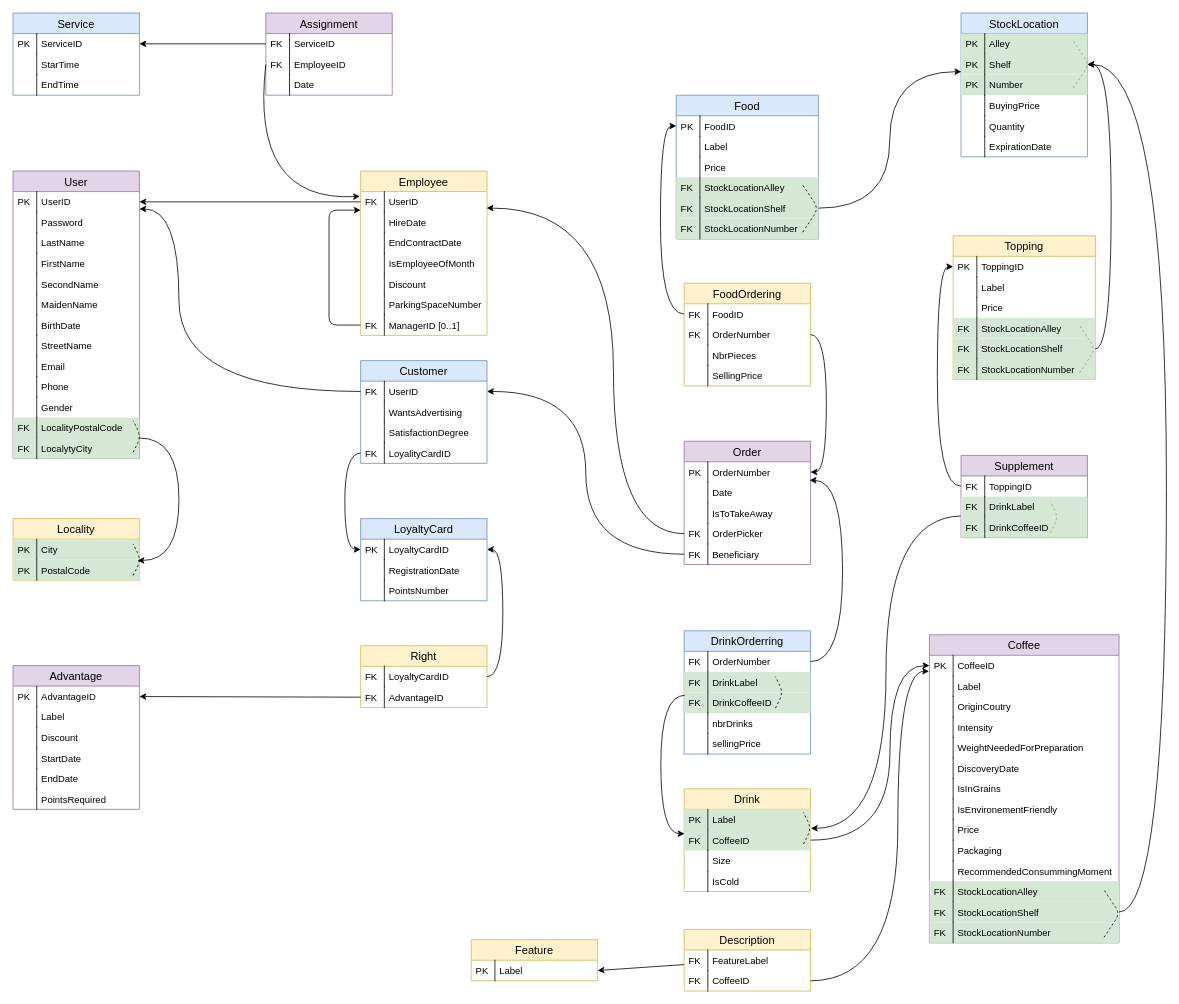
This is schéma logique relationnel.drawio from DrakeXorn/CoffIG, a draw.io file, before an edit. Source tidied: cells renumbered, new cells numbered last; positions are measured from the earlier drawing's top-left corner, leaving out a move shared by most shapes. Both pictures are drawn from the tidied source at 79%, with x=0, y=0 at pixel (13, 13).
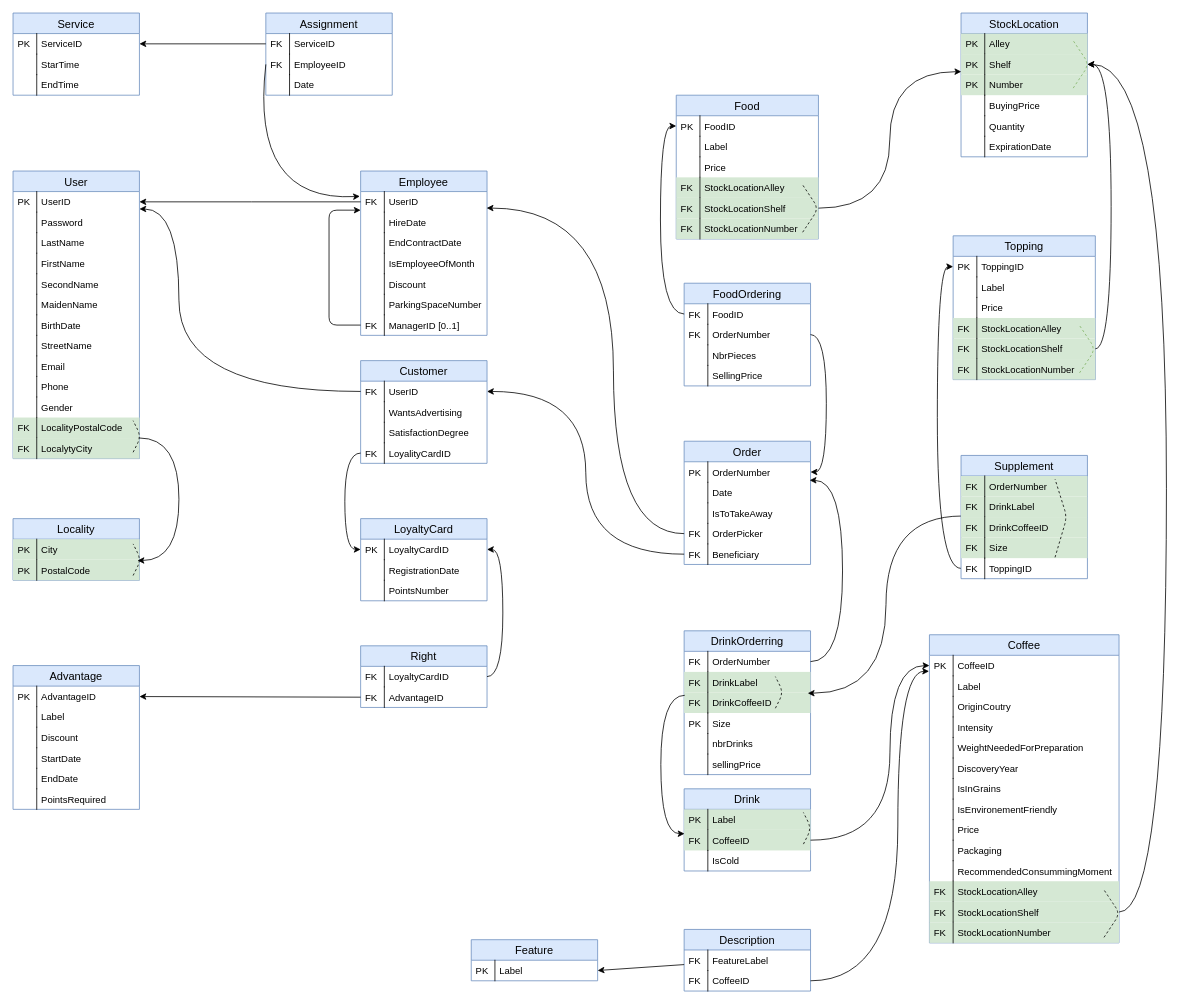
The same diagram, later.

The change refers to these unchanged cells:
```xml
<mxCell id="166" value="DrinkCoffeeID" style="shape=partialRectangle;top=0;left=0;right=0;bottom=0;align=left;verticalAlign=top;spacingLeft=34;spacingRight=4;overflow=hidden;points=[[0,0.5],[1,0.5]];portConstraint=eastwest;fontSize=12;fillColor=#d5e8d4;strokeColor=#82b366;" parent="161" vertex="1">
  <mxGeometry y="78" width="160" height="26" as="geometry" />
</mxCell>
<mxCell id="177" value="CoffeeID" style="shape=partialRectangle;top=0;left=0;right=0;bottom=0;align=left;verticalAlign=top;fillColor=#d5e8d4;spacingLeft=34;spacingRight=4;overflow=hidden;points=[[0,0.5],[1,0.5]];portConstraint=eastwest;fontSize=12;strokeColor=#82b366;" parent="174" vertex="1">
  <mxGeometry y="52" width="160" height="26" as="geometry" />
</mxCell>
<mxCell id="205" value="DrinkLabel" style="shape=partialRectangle;top=0;left=0;right=0;bottom=0;align=left;verticalAlign=top;fillColor=#d5e8d4;spacingLeft=34;spacingRight=4;overflow=hidden;points=[[0,0.5],[1,0.5]];portConstraint=eastwest;fontSize=12;strokeColor=#82b366;" parent="202" vertex="1">
  <mxGeometry y="52" width="160" height="26" as="geometry" />
</mxCell>
```

Diff of the diagram source:
```diff
@@
-    <mxCell id="9" value="Assignment" style="swimlane;fontStyle=0;horizontal=1;startSize=26;fillColor=#e1d5e7;swimlaneFillColor=#ffffff;align=center;fontSize=14;strokeColor=#9673a6;" parent="1" vertex="1">
+    <mxCell id="9" value="Assignment" style="swimlane;fontStyle=0;horizontal=1;startSize=26;fillColor=#dae8fc;swimlaneFillColor=#ffffff;align=center;fontSize=14;strokeColor=#6c8ebf;" parent="1" vertex="1">
       <mxGeometry x="320" width="160" height="104" as="geometry" />
     </mxCell>
@@
-    <mxCell id="16" value="Employee" style="swimlane;fontStyle=0;horizontal=1;startSize=26;fillColor=#fff2cc;swimlaneFillColor=#ffffff;align=center;fontSize=14;strokeColor=#d6b656;" parent="1" vertex="1">
+    <mxCell id="16" value="Employee" style="swimlane;fontStyle=0;horizontal=1;startSize=26;fillColor=#dae8fc;swimlaneFillColor=#ffffff;align=center;fontSize=14;strokeColor=#6c8ebf;" parent="1" vertex="1">
       <mxGeometry x="440" y="200" width="160" height="208" as="geometry" />
     </mxCell>
@@
-    <mxCell id="34" value="User" style="swimlane;fontStyle=0;horizontal=1;startSize=26;fillColor=#e1d5e7;swimlaneFillColor=#ffffff;align=center;fontSize=14;strokeColor=#9673a6;" parent="1" vertex="1">
+    <mxCell id="34" value="User" style="swimlane;fontStyle=0;horizontal=1;startSize=26;fillColor=#dae8fc;swimlaneFillColor=#ffffff;align=center;fontSize=14;strokeColor=#6c8ebf;" parent="1" vertex="1">
       <mxGeometry y="200" width="160" height="364" as="geometry" />
     </mxCell>
@@
-    <mxCell id="62" value="Locality" style="swimlane;fontStyle=0;horizontal=1;startSize=26;fillColor=#fff2cc;swimlaneFillColor=#ffffff;align=center;fontSize=14;strokeColor=#d6b656;" parent="1" vertex="1">
+    <mxCell id="62" value="Locality" style="swimlane;fontStyle=0;horizontal=1;startSize=26;fillColor=#dae8fc;swimlaneFillColor=#ffffff;align=center;fontSize=14;strokeColor=#6c8ebf;" parent="1" vertex="1">
       <mxGeometry y="640" width="160" height="78" as="geometry" />
     </mxCell>
@@
-    <mxCell id="88" value="Right" style="swimlane;fontStyle=0;horizontal=1;startSize=26;fillColor=#fff2cc;swimlaneFillColor=#ffffff;align=center;fontSize=14;strokeColor=#d6b656;" parent="1" vertex="1">
+    <mxCell id="88" value="Right" style="swimlane;fontStyle=0;horizontal=1;startSize=26;fillColor=#dae8fc;swimlaneFillColor=#ffffff;align=center;fontSize=14;strokeColor=#6c8ebf;" parent="1" vertex="1">
       <mxGeometry x="440" y="801" width="160" height="78" as="geometry" />
     </mxCell>
@@
-    <mxCell id="94" value="Advantage" style="swimlane;fontStyle=0;horizontal=1;startSize=26;fillColor=#e1d5e7;swimlaneFillColor=#ffffff;align=center;fontSize=14;strokeColor=#9673a6;" parent="1" vertex="1">
+    <mxCell id="94" value="Advantage" style="swimlane;fontStyle=0;horizontal=1;startSize=26;fillColor=#dae8fc;swimlaneFillColor=#ffffff;align=center;fontSize=14;strokeColor=#6c8ebf;" parent="1" vertex="1">
       <mxGeometry y="826" width="160" height="182" as="geometry" />
     </mxCell>
@@
-    <mxCell id="137" value="FoodOrdering" style="swimlane;fontStyle=0;horizontal=1;startSize=26;fillColor=#fff2cc;swimlaneFillColor=#ffffff;align=center;fontSize=14;strokeColor=#d6b656;" parent="1" vertex="1">
+    <mxCell id="137" value="FoodOrdering" style="swimlane;fontStyle=0;horizontal=1;startSize=26;fillColor=#dae8fc;swimlaneFillColor=#ffffff;align=center;fontSize=14;strokeColor=#6c8ebf;" parent="1" vertex="1">
       <mxGeometry x="849.5" y="342" width="160" height="130" as="geometry" />
     </mxCell>
@@
-    <mxCell id="147" value="Order" style="swimlane;fontStyle=0;horizontal=1;startSize=26;fillColor=#e1d5e7;swimlaneFillColor=#ffffff;align=center;fontSize=14;strokeColor=#9673a6;" parent="1" vertex="1">
+    <mxCell id="147" value="Order" style="swimlane;fontStyle=0;horizontal=1;startSize=26;fillColor=#dae8fc;swimlaneFillColor=#ffffff;align=center;fontSize=14;strokeColor=#6c8ebf;" parent="1" vertex="1">
       <mxGeometry x="849.5" y="542" width="160" height="156" as="geometry" />
     </mxCell>
@@
     <mxCell id="161" value="DrinkOrderring" style="swimlane;fontStyle=0;horizontal=1;startSize=26;fillColor=#dae8fc;swimlaneFillColor=#ffffff;align=center;fontSize=14;strokeColor=#6c8ebf;" parent="1" vertex="1">
-      <mxGeometry x="849.5" y="782" width="160" height="156" as="geometry" />
+      <mxGeometry x="849.5" y="782" width="160" height="182" as="geometry" />
     </mxCell>
@@
+    <mxCell id="179" value="Size" style="shape=partialRectangle;top=0;left=0;right=0;bottom=0;align=left;verticalAlign=top;fillColor=none;spacingLeft=34;spacingRight=4;overflow=hidden;fontSize=12;" parent="161" vertex="1">
+      <mxGeometry y="104" width="160" height="26" as="geometry" />
+    </mxCell>
+    <mxCell id="180" value="PK" style="shape=partialRectangle;top=0;left=0;bottom=0;fillColor=none;align=left;verticalAlign=top;spacingLeft=4;spacingRight=4;overflow=hidden;fontSize=12;" parent="179" vertex="1">
+      <mxGeometry width="30" height="26" as="geometry" />
+    </mxCell>
     <mxCell id="168" value="nbrDrinks" style="shape=partialRectangle;top=0;left=0;right=0;bottom=0;align=left;verticalAlign=top;fillColor=none;spacingLeft=34;spacingRight=4;overflow=hidden;fontSize=12;" parent="161" vertex="1">
-      <mxGeometry y="104" width="160" height="26" as="geometry" />
+      <mxGeometry y="130" width="160" height="26" as="geometry" />
     </mxCell>
@@
     <mxCell id="170" value="sellingPrice" style="shape=partialRectangle;top=0;left=0;right=0;bottom=0;align=left;verticalAlign=top;fillColor=none;spacingLeft=34;spacingRight=4;overflow=hidden;fontSize=12;" parent="161" vertex="1">
-      <mxGeometry y="130" width="160" height="26" as="geometry" />
+      <mxGeometry y="156" width="160" height="26" as="geometry" />
     </mxCell>
@@
-    <mxCell id="174" value="Drink" style="swimlane;fontStyle=0;horizontal=1;startSize=26;fillColor=#fff2cc;swimlaneFillColor=#ffffff;align=center;fontSize=14;strokeColor=#d6b656;" parent="1" vertex="1">
-      <mxGeometry x="849.5" y="982" width="160" height="130" as="geometry" />
+    <mxCell id="174" value="Drink" style="swimlane;fontStyle=0;horizontal=1;startSize=26;fillColor=#dae8fc;swimlaneFillColor=#ffffff;align=center;fontSize=14;strokeColor=#6c8ebf;" parent="1" vertex="1">
+      <mxGeometry x="849.5" y="982" width="160" height="104" as="geometry" />
     </mxCell>
@@
-    <mxCell id="179" value="Size" style="shape=partialRectangle;top=0;left=0;right=0;bottom=0;align=left;verticalAlign=top;fillColor=none;spacingLeft=34;spacingRight=4;overflow=hidden;fontSize=12;" parent="174" vertex="1">
-      <mxGeometry y="78" width="160" height="26" as="geometry" />
-    </mxCell>
-    <mxCell id="180" style="shape=partialRectangle;top=0;left=0;bottom=0;fillColor=none;align=left;verticalAlign=top;spacingLeft=4;spacingRight=4;overflow=hidden;fontSize=12;" parent="179" vertex="1">
-      <mxGeometry width="30" height="26" as="geometry" />
-    </mxCell>
     <mxCell id="181" value="IsCold" style="shape=partialRectangle;top=0;left=0;right=0;bottom=0;align=left;verticalAlign=top;fillColor=none;spacingLeft=34;spacingRight=4;overflow=hidden;fontSize=12;" parent="174" vertex="1">
-      <mxGeometry y="104" width="160" height="26" as="geometry" />
+      <mxGeometry y="78" width="160" height="26" as="geometry" />
     </mxCell>
@@
-    <mxCell id="184" value="Topping" style="swimlane;fontStyle=0;horizontal=1;startSize=26;fillColor=#fff2cc;swimlaneFillColor=#ffffff;align=center;fontSize=14;strokeColor=#d6b656;" parent="1" vertex="1">
+    <mxCell id="184" value="Topping" style="swimlane;fontStyle=0;horizontal=1;startSize=26;fillColor=#dae8fc;swimlaneFillColor=#ffffff;align=center;fontSize=14;strokeColor=#6c8ebf;" parent="1" vertex="1">
       <mxGeometry x="1190" y="282" width="180" height="182" as="geometry" />
     </mxCell>
@@
-    <mxCell id="200" style="jettySize=auto;html=1;entryX=1.003;entryY=-0.077;entryDx=0;entryDy=0;strokeColor=#000000;exitX=0.008;exitY=0.95;exitDx=0;exitDy=0;entryPerimeter=0;exitPerimeter=0;edgeStyle=orthogonalEdgeStyle;curved=1;" parent="1" edge="1" source="205" target="177">
+    <mxCell id="200" style="jettySize=auto;html=1;entryX=0.978;entryY=0.038;entryDx=0;entryDy=0;strokeColor=#000000;exitX=0.008;exitY=0.95;exitDx=0;exitDy=0;entryPerimeter=0;exitPerimeter=0;edgeStyle=orthogonalEdgeStyle;curved=1;" parent="1" edge="1" source="205" target="166">
       <mxGeometry relative="1" as="geometry">
         <Array as="points">
+          <mxPoint x="1201" y="636" />
           <mxPoint x="1105" y="636" />
-          <mxPoint x="1105" y="1032" />
+          <mxPoint x="1105" y="861" />
         </Array>
       </mxGeometry>
     </mxCell>
@@
-    <mxCell id="202" value="Supplement" style="swimlane;fontStyle=0;horizontal=1;startSize=26;fillColor=#e1d5e7;swimlaneFillColor=#ffffff;align=center;fontSize=14;strokeColor=#9673a6;" parent="1" vertex="1">
-      <mxGeometry x="1200" y="560" width="160" height="104" as="geometry" />
+    <mxCell id="202" value="Supplement" style="swimlane;fontStyle=0;horizontal=1;startSize=26;fillColor=#dae8fc;swimlaneFillColor=#ffffff;align=center;fontSize=14;strokeColor=#6c8ebf;" parent="1" vertex="1">
+      <mxGeometry x="1200" y="560" width="160" height="156" as="geometry" />
     </mxCell>
-    <mxCell id="203" value="ToppingID" style="shape=partialRectangle;top=0;left=0;right=0;bottom=0;align=left;verticalAlign=top;fillColor=none;spacingLeft=34;spacingRight=4;overflow=hidden;points=[[0,0.5],[1,0.5]];portConstraint=eastwest;fontSize=12;" parent="202" vertex="1">
-      <mxGeometry y="26" width="160" height="26" as="geometry" />
-    </mxCell>
-    <mxCell id="204" value="FK" style="shape=partialRectangle;top=0;left=0;bottom=0;fillColor=none;align=left;verticalAlign=top;spacingLeft=4;spacingRight=4;overflow=hidden;fontSize=12;" parent="203" vertex="1">
-      <mxGeometry width="30" height="26" as="geometry" />
-    </mxCell>
+    <mxCell id="252" value="OrderNumber" style="shape=partialRectangle;top=0;left=0;right=0;bottom=0;align=left;verticalAlign=top;fillColor=#d5e8d4;spacingLeft=34;spacingRight=4;overflow=hidden;fontSize=12;strokeColor=#82b366;" parent="202" vertex="1">
+      <mxGeometry y="26" width="160" height="26" as="geometry" />
+    </mxCell>
+    <mxCell id="253" value="FK" style="shape=partialRectangle;top=0;left=0;bottom=0;fillColor=none;align=left;verticalAlign=top;spacingLeft=4;spacingRight=4;overflow=hidden;fontSize=12;" parent="252" vertex="1">
+      <mxGeometry width="30" height="26" as="geometry" />
+    </mxCell>
@@
+    <mxCell id="254" value="Size" style="shape=partialRectangle;top=0;left=0;right=0;bottom=0;align=left;verticalAlign=top;fillColor=#d5e8d4;spacingLeft=34;spacingRight=4;overflow=hidden;fontSize=12;strokeColor=#82b366;" parent="202" vertex="1">
+      <mxGeometry y="104" width="160" height="26" as="geometry" />
+    </mxCell>
+    <mxCell id="255" value="FK" style="shape=partialRectangle;top=0;left=0;bottom=0;fillColor=none;align=left;verticalAlign=top;spacingLeft=4;spacingRight=4;overflow=hidden;fontSize=12;" parent="254" vertex="1">
+      <mxGeometry width="30" height="26" as="geometry" />
+    </mxCell>
+    <mxCell id="203" value="ToppingID" style="shape=partialRectangle;top=0;left=0;right=0;bottom=0;align=left;verticalAlign=top;fillColor=none;spacingLeft=34;spacingRight=4;overflow=hidden;points=[[0,0.5],[1,0.5]];portConstraint=eastwest;fontSize=12;" parent="202" vertex="1">
+      <mxGeometry y="130" width="160" height="26" as="geometry" />
+    </mxCell>
+    <mxCell id="204" value="FK" style="shape=partialRectangle;top=0;left=0;bottom=0;fillColor=none;align=left;verticalAlign=top;spacingLeft=4;spacingRight=4;overflow=hidden;fontSize=12;" parent="203" vertex="1">
+      <mxGeometry width="30" height="26" as="geometry" />
+    </mxCell>
-    <mxCell id="209" style="endArrow=none;dashed=1;html=1;fillColor=#d5e8d4;strokeColor=#82b366;" parent="202" edge="1">
+    <mxCell id="209" style="endArrow=none;dashed=1;html=1;fillColor=#d5e8d4;strokeColor=#000000;" parent="202" edge="1">
       <mxGeometry relative="1" as="geometry">
-        <mxPoint x="113" y="98" as="sourcePoint" />
-        <mxPoint x="113" y="58" as="targetPoint" />
+        <mxPoint x="119" y="129" as="sourcePoint" />
+        <mxPoint x="119" y="30" as="targetPoint" />
         <Array as="points">
-          <mxPoint x="123" y="78" />
+          <mxPoint x="134" y="78" />
         </Array>
       </mxGeometry>
     </mxCell>
-    <mxCell id="210" value="Coffee" style="swimlane;fontStyle=0;horizontal=1;startSize=26;fillColor=#e1d5e7;swimlaneFillColor=#ffffff;align=center;fontSize=14;strokeColor=#9673a6;" parent="1" vertex="1">
+    <mxCell id="210" value="Coffee" style="swimlane;fontStyle=0;horizontal=1;startSize=26;fillColor=#dae8fc;swimlaneFillColor=#ffffff;align=center;fontSize=14;strokeColor=#6c8ebf;" parent="1" vertex="1">
       <mxGeometry x="1160" y="787" width="240" height="390" as="geometry" />
     </mxCell>
@@
-    <mxCell id="221" value="DiscoveryDate" style="shape=partialRectangle;top=0;left=0;right=0;bottom=0;align=left;verticalAlign=top;fillColor=none;spacingLeft=34;spacingRight=4;overflow=hidden;fontSize=12;" parent="210" vertex="1">
+    <mxCell id="221" value="DiscoveryYear" style="shape=partialRectangle;top=0;left=0;right=0;bottom=0;align=left;verticalAlign=top;fillColor=none;spacingLeft=34;spacingRight=4;overflow=hidden;fontSize=12;" parent="210" vertex="1">
       <mxGeometry y="156" width="240" height="26" as="geometry" />
     </mxCell>
@@
-    <mxCell id="242" value="Description" style="swimlane;fontStyle=0;horizontal=1;startSize=26;fillColor=#fff2cc;swimlaneFillColor=#ffffff;align=center;fontSize=14;strokeColor=#d6b656;" parent="1" vertex="1">
+    <mxCell id="242" value="Description" style="swimlane;fontStyle=0;horizontal=1;startSize=26;fillColor=#dae8fc;swimlaneFillColor=#ffffff;align=center;fontSize=14;strokeColor=#6c8ebf;" parent="1" vertex="1">
       <mxGeometry x="849.5" y="1160" width="160" height="78" as="geometry" />
     </mxCell>
@@
-    <mxCell id="247" value="Feature" style="swimlane;fontStyle=0;horizontal=1;startSize=26;fillColor=#fff2cc;swimlaneFillColor=#ffffff;align=center;fontSize=14;strokeColor=#d6b656;" parent="1" vertex="1">
+    <mxCell id="247" value="Feature" style="swimlane;fontStyle=0;horizontal=1;startSize=26;fillColor=#dae8fc;swimlaneFillColor=#ffffff;align=center;fontSize=14;strokeColor=#6c8ebf;" parent="1" vertex="1">
       <mxGeometry x="580" y="1173" width="160" height="52" as="geometry" />
     </mxCell>
```
